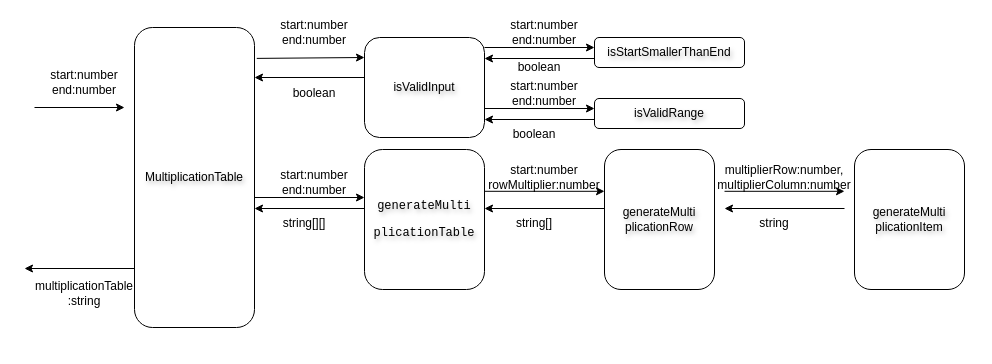
Before: htian15-MultiplicationTable.drawio in BGC-BootCamp-Team1/multiplication-table, a draw.io diagram. Source tidied: cells renumbered, new cells numbered last; positions are measured from the earlier drawing's top-left corner, leaving out a move shared by most shapes. Both pictures are drawn from the tidied source at 100%, with x=0, y=0 at pixel (24, 17).
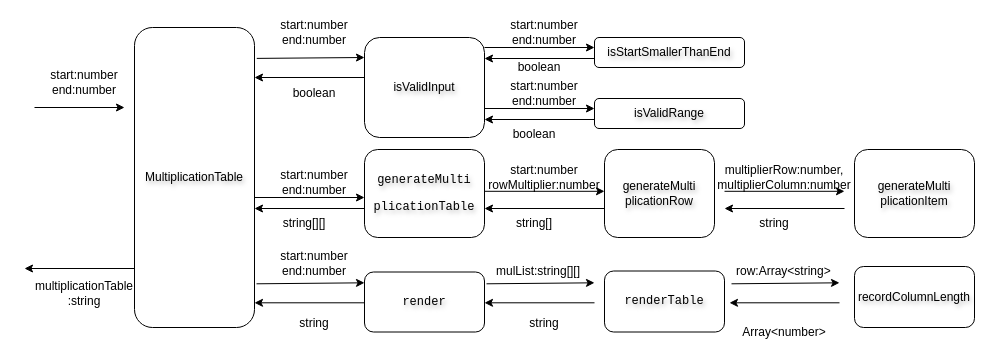
The same diagram, later.

The edit, as a diff of the source:
```diff
@@
     <mxCell id="12" value="&lt;pre&gt;generateMulti&lt;/pre&gt;&lt;pre&gt;plicationTable&lt;/pre&gt;" style="rounded=1;whiteSpace=wrap;html=1;rotation=0;textShadow=1;horizontal=1;" parent="1" vertex="1">
-      <mxGeometry x="340" y="132" width="120" height="140" as="geometry" />
+      <mxGeometry x="340" y="132" width="120" height="88" as="geometry" />
     </mxCell>
@@
     <mxCell id="27" value="generateMulti&lt;div&gt;plicationRow&lt;/div&gt;" style="rounded=1;whiteSpace=wrap;html=1;rotation=0;textShadow=1;horizontal=1;" parent="1" vertex="1">
-      <mxGeometry x="580" y="132" width="110" height="140" as="geometry" />
+      <mxGeometry x="580" y="132" width="110" height="88" as="geometry" />
     </mxCell>
@@
     <mxCell id="32" value="generateMulti&lt;div&gt;plicationItem&lt;/div&gt;" style="rounded=1;whiteSpace=wrap;html=1;rotation=0;textShadow=1;horizontal=1;" parent="1" vertex="1">
-      <mxGeometry x="830" y="132" width="110" height="140" as="geometry" />
+      <mxGeometry x="830" y="132" width="120" height="88" as="geometry" />
     </mxCell>
@@
+    <mxCell id="37" value="&lt;pre&gt;render&lt;/pre&gt;" style="rounded=1;whiteSpace=wrap;html=1;rotation=0;textShadow=1;horizontal=1;" parent="1" vertex="1">
+      <mxGeometry x="340" y="254.5" width="120" height="60" as="geometry" />
+    </mxCell>
+    <mxCell id="38" value="&lt;pre&gt;renderTable&lt;/pre&gt;" style="rounded=1;whiteSpace=wrap;html=1;rotation=0;textShadow=1;horizontal=1;" parent="1" vertex="1">
+      <mxGeometry x="580" y="253.5" width="120" height="61" as="geometry" />
+    </mxCell>
+    <mxCell id="39" value="recordColumnLength" style="rounded=1;whiteSpace=wrap;html=1;rotation=0;textShadow=1;horizontal=1;" parent="1" vertex="1">
+      <mxGeometry x="830" y="249" width="120" height="61" as="geometry" />
+    </mxCell>
+    <mxCell id="40" style="endArrow=classic;html=1;rounded=0;exitX=1.019;exitY=0.103;exitDx=0;exitDy=0;exitPerimeter=0;" parent="1" edge="1">
+      <mxGeometry relative="1" as="geometry">
+        <mxPoint x="232" y="266.3" as="sourcePoint" />
+        <mxPoint x="340" y="265.3" as="targetPoint" />
+      </mxGeometry>
+    </mxCell>
+    <mxCell id="41" style="endArrow=classic;html=1;rounded=0;" parent="1" edge="1">
+      <mxGeometry relative="1" as="geometry">
+        <mxPoint x="340" y="285.3" as="sourcePoint" />
+        <mxPoint x="230" y="285.3" as="targetPoint" />
+      </mxGeometry>
+    </mxCell>
+    <mxCell id="42" style="endArrow=classic;html=1;rounded=0;exitX=1.019;exitY=0.103;exitDx=0;exitDy=0;exitPerimeter=0;" parent="1" edge="1">
+      <mxGeometry relative="1" as="geometry">
+        <mxPoint x="462" y="266.3" as="sourcePoint" />
+        <mxPoint x="570" y="265.3" as="targetPoint" />
+      </mxGeometry>
+    </mxCell>
+    <mxCell id="43" style="endArrow=classic;html=1;rounded=0;" parent="1" edge="1">
+      <mxGeometry relative="1" as="geometry">
+        <mxPoint x="570" y="285.3" as="sourcePoint" />
+        <mxPoint x="460" y="285.3" as="targetPoint" />
+      </mxGeometry>
+    </mxCell>
+    <mxCell id="44" style="endArrow=classic;html=1;rounded=0;exitX=1.019;exitY=0.103;exitDx=0;exitDy=0;exitPerimeter=0;" parent="1" edge="1">
+      <mxGeometry relative="1" as="geometry">
+        <mxPoint x="707" y="266.3" as="sourcePoint" />
+        <mxPoint x="815" y="265.3" as="targetPoint" />
+      </mxGeometry>
+    </mxCell>
+    <mxCell id="45" style="endArrow=classic;html=1;rounded=0;" parent="1" edge="1">
+      <mxGeometry relative="1" as="geometry">
+        <mxPoint x="815" y="285.3" as="sourcePoint" />
+        <mxPoint x="705" y="285.3" as="targetPoint" />
+      </mxGeometry>
+    </mxCell>
+    <mxCell id="46" value="mulList:string[][]" style="text;whiteSpace=wrap;html=1;" parent="1" vertex="1">
+      <mxGeometry x="470" y="240" width="170" height="40" as="geometry" />
+    </mxCell>
+    <mxCell id="47" value="Array&amp;lt;number&amp;gt;" style="text;strokeColor=none;align=center;fillColor=none;html=1;verticalAlign=middle;whiteSpace=wrap;rounded=0;" parent="1" vertex="1">
+      <mxGeometry x="730" y="300" width="60" height="30" as="geometry" />
+    </mxCell>
+    <mxCell id="48" value="string" style="text;strokeColor=none;align=center;fillColor=none;html=1;verticalAlign=middle;whiteSpace=wrap;rounded=0;" parent="1" vertex="1">
+      <mxGeometry x="490" y="291" width="60" height="30" as="geometry" />
+    </mxCell>
+    <mxCell id="49" value="row:Array&amp;lt;string&amp;gt;" style="text;whiteSpace=wrap;html=1;" parent="1" vertex="1">
+      <mxGeometry x="710" y="240" width="170" height="40" as="geometry" />
+    </mxCell>
+    <mxCell id="50" value="string" style="text;strokeColor=none;align=center;fillColor=none;html=1;verticalAlign=middle;whiteSpace=wrap;rounded=0;" parent="1" vertex="1">
+      <mxGeometry x="260" y="291" width="60" height="30" as="geometry" />
+    </mxCell>
+    <mxCell id="51" value="start:number&lt;div&gt;end:number&lt;/div&gt;" style="text;strokeColor=none;align=center;fillColor=none;html=1;verticalAlign=middle;whiteSpace=wrap;rounded=0;" parent="1" vertex="1">
+      <mxGeometry x="260" y="231" width="60" height="30" as="geometry" />
+    </mxCell>
```
